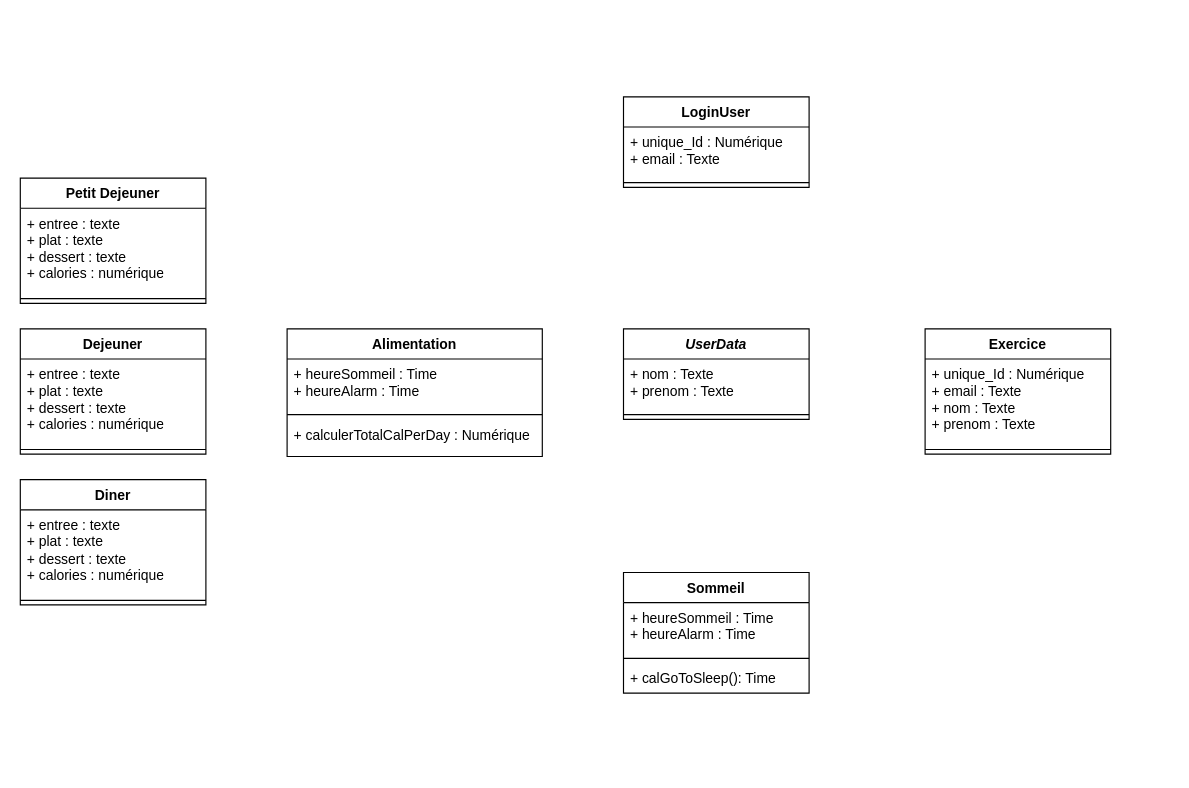
The draw.io diagram P5_Exercice.drawio in CodeStarter40/P5, before the edit. Source tidied: cells renumbered, new cells numbered last; positions are measured from the earlier drawing's top-left corner, leaving out a move shared by most shapes. Both pictures are drawn from the tidied source at 116%, with x=0, y=0 at pixel (20, 96).
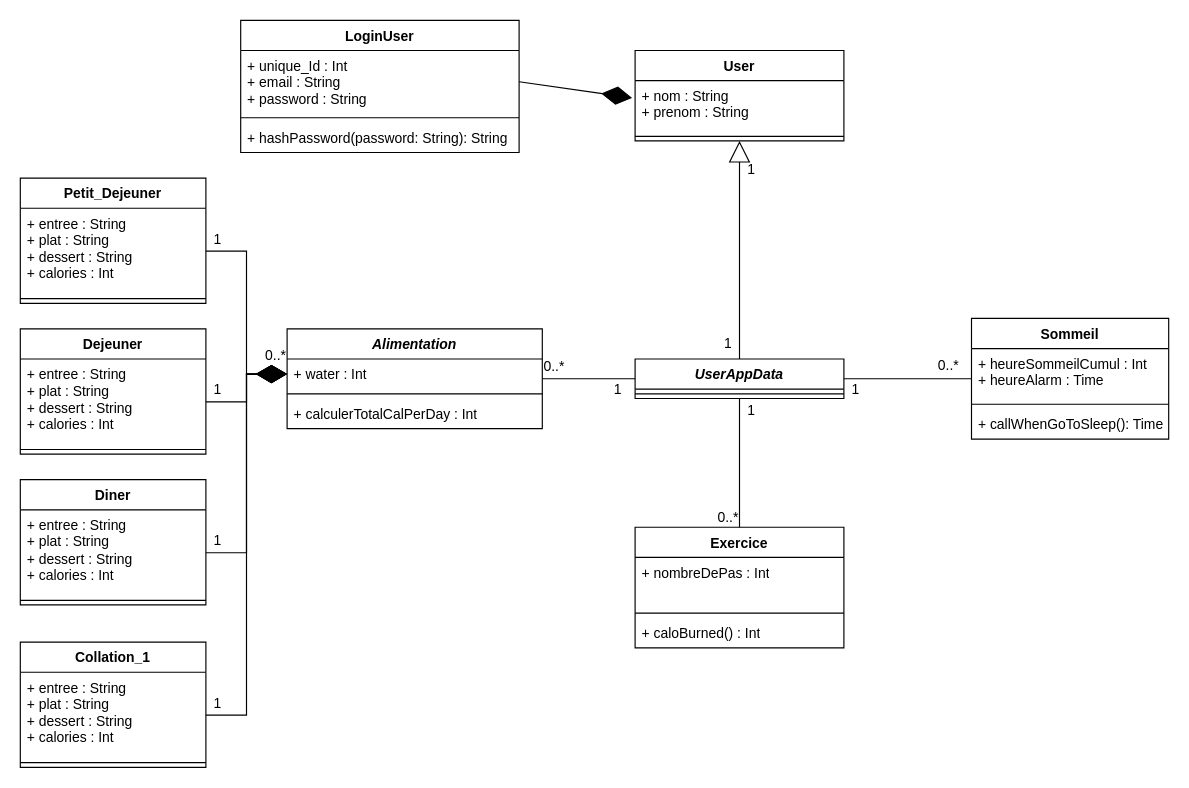
The same diagram, later.

Commit message:
Mettre à jour P5_Exercice.drawio

The change refers to these unchanged cells:
```xml
<mxCell id="8" value="Dejeuner" style="swimlane;fontStyle=1;align=center;verticalAlign=top;horizontal=1;startSize=26;whiteSpace=wrap;html=1;" parent="1" vertex="1">
  <mxGeometry y="200" width="160" height="108" as="geometry" />
</mxCell>
<mxCell id="11" value="Diner" style="swimlane;fontStyle=1;align=center;verticalAlign=top;horizontal=1;startSize=26;whiteSpace=wrap;html=1;" parent="1" vertex="1">
  <mxGeometry y="330" width="160" height="108" as="geometry" />
</mxCell>
```

Change to the diagram source:
```diff
@@
-    <mxCell id="2" value="&lt;i&gt;UserData&lt;/i&gt;" style="swimlane;fontStyle=1;align=center;verticalAlign=top;horizontal=1;startSize=26;whiteSpace=wrap;html=1;" parent="1" vertex="1">
-      <mxGeometry x="520" y="200" width="160" height="78" as="geometry" />
-    </mxCell>
-    <mxCell id="3" value="&lt;div&gt;+ nom : Texte&lt;/div&gt;&lt;div&gt;+ prenom : Texte&lt;/div&gt;" style="text;strokeColor=none;fillColor=none;align=left;verticalAlign=top;spacingLeft=4;spacingRight=4;overflow=hidden;whiteSpace=wrap;html=1;" parent="2" vertex="1">
-      <mxGeometry y="26" width="160" height="44" as="geometry" />
-    </mxCell>
-    <mxCell id="4" style="line;strokeWidth=1;fillColor=none;align=left;verticalAlign=middle;spacingTop=-1;spacingLeft=3;spacingRight=3;labelPosition=right;strokeColor=inherit;" parent="2" vertex="1">
-      <mxGeometry y="70" width="160" height="8" as="geometry" />
-    </mxCell>
-    <mxCell id="5" value="Petit Dejeuner" style="swimlane;fontStyle=1;align=center;verticalAlign=top;horizontal=1;startSize=26;whiteSpace=wrap;html=1;" parent="1" vertex="1">
+    <mxCell id="5" value="Petit_Dejeuner" style="swimlane;fontStyle=1;align=center;verticalAlign=top;horizontal=1;startSize=26;whiteSpace=wrap;html=1;" parent="1" vertex="1">
       <mxGeometry y="70" width="160" height="108" as="geometry" />
     </mxCell>
-    <mxCell id="6" value="+ entree : texte&lt;div&gt;+ plat : texte&lt;/div&gt;&lt;div&gt;+ dessert : texte&lt;/div&gt;&lt;div&gt;+ calories : numérique&lt;/div&gt;" style="text;strokeColor=none;fillColor=none;align=left;verticalAlign=top;spacingLeft=4;spacingRight=4;overflow=hidden;points=[[0,0.5],[1,0.5]];portConstraint=eastwest;whiteSpace=wrap;html=1;" parent="5" vertex="1">
+    <mxCell id="6" value="&lt;div&gt;&lt;div&gt;+ entree : String&lt;div&gt;&lt;span style=&quot;background-color: initial;&quot;&gt;+ plat : String&lt;/span&gt;&lt;div&gt;+ dessert : String&lt;/div&gt;&lt;div&gt;&lt;span style=&quot;background-color: initial;&quot;&gt;+ calories : Int&lt;/span&gt;&lt;/div&gt;&lt;div&gt;&lt;br&gt;&lt;/div&gt;&lt;/div&gt;&lt;/div&gt;&lt;/div&gt;" style="text;strokeColor=none;fillColor=none;align=left;verticalAlign=top;spacingLeft=4;spacingRight=4;overflow=hidden;points=[[0,0.5],[1,0.5]];portConstraint=eastwest;whiteSpace=wrap;html=1;" parent="5" vertex="1">
       <mxGeometry y="26" width="160" height="74" as="geometry" />
     </mxCell>
@@
-    <mxCell id="9" value="+ entree : texte&lt;div&gt;+ plat : texte&lt;/div&gt;&lt;div&gt;+ dessert : texte&lt;/div&gt;&lt;div&gt;+ calories : numérique&lt;/div&gt;" style="text;strokeColor=none;fillColor=none;align=left;verticalAlign=top;spacingLeft=4;spacingRight=4;overflow=hidden;points=[[0,0.5],[1,0.5]];portConstraint=eastwest;whiteSpace=wrap;html=1;" parent="8" vertex="1">
+    <mxCell id="9" value="&lt;div&gt;&lt;div&gt;+ entree : String&lt;div&gt;&lt;span style=&quot;background-color: initial;&quot;&gt;+ plat : String&lt;/span&gt;&lt;div&gt;+ dessert : String&lt;/div&gt;&lt;div&gt;&lt;span style=&quot;background-color: initial;&quot;&gt;+ calories : Int&lt;/span&gt;&lt;/div&gt;&lt;div&gt;&lt;br&gt;&lt;/div&gt;&lt;/div&gt;&lt;/div&gt;&lt;/div&gt;" style="text;strokeColor=none;fillColor=none;align=left;verticalAlign=top;spacingLeft=4;spacingRight=4;overflow=hidden;points=[[0,0.5],[1,0.5]];portConstraint=eastwest;whiteSpace=wrap;html=1;" parent="8" vertex="1">
       <mxGeometry y="26" width="160" height="74" as="geometry" />
     </mxCell>
@@
-    <mxCell id="12" value="+ entree : texte&lt;div&gt;+ plat : texte&lt;/div&gt;&lt;div&gt;+ dessert : texte&lt;/div&gt;&lt;div&gt;+ calories : numérique&lt;/div&gt;" style="text;strokeColor=none;fillColor=none;align=left;verticalAlign=top;spacingLeft=4;spacingRight=4;overflow=hidden;points=[[0,0.5],[1,0.5]];portConstraint=eastwest;whiteSpace=wrap;html=1;" parent="11" vertex="1">
+    <mxCell id="12" value="+ entree : String&lt;div&gt;&lt;span style=&quot;background-color: initial;&quot;&gt;+ plat : String&lt;/span&gt;&lt;div&gt;+ dessert : String&lt;/div&gt;&lt;div&gt;&lt;span style=&quot;background-color: initial;&quot;&gt;+ calories : Int&lt;/span&gt;&lt;/div&gt;&lt;div&gt;&lt;br&gt;&lt;/div&gt;&lt;/div&gt;" style="text;strokeColor=none;fillColor=none;align=left;verticalAlign=top;spacingLeft=4;spacingRight=4;overflow=hidden;points=[[0,0.5],[1,0.5]];portConstraint=eastwest;whiteSpace=wrap;html=1;" parent="11" vertex="1">
       <mxGeometry y="26" width="160" height="74" as="geometry" />
     </mxCell>
@@
-    <mxCell id="14" value="Exercice" style="swimlane;fontStyle=1;align=center;verticalAlign=top;horizontal=1;startSize=26;whiteSpace=wrap;html=1;" parent="1" vertex="1">
-      <mxGeometry x="780" y="200" width="160" height="108" as="geometry" />
-    </mxCell>
-    <mxCell id="15" value="+ unique_Id : Numérique&lt;div&gt;+ email : Texte&lt;/div&gt;&lt;div&gt;+ nom : Texte&lt;/div&gt;&lt;div&gt;+ prenom : Texte&lt;/div&gt;" style="text;strokeColor=none;fillColor=none;align=left;verticalAlign=top;spacingLeft=4;spacingRight=4;overflow=hidden;whiteSpace=wrap;html=1;" parent="14" vertex="1">
-      <mxGeometry y="26" width="160" height="74" as="geometry" />
-    </mxCell>
-    <mxCell id="16" style="line;strokeWidth=1;fillColor=none;align=left;verticalAlign=middle;spacingTop=-1;spacingLeft=3;spacingRight=3;labelPosition=right;strokeColor=inherit;" parent="14" vertex="1">
-      <mxGeometry y="100" width="160" height="8" as="geometry" />
-    </mxCell>
-    <mxCell id="17" value="LoginUser" style="swimlane;fontStyle=1;align=center;verticalAlign=top;horizontal=1;startSize=26;whiteSpace=wrap;html=1;" parent="1" vertex="1">
-      <mxGeometry x="520" width="160" height="78" as="geometry" />
-    </mxCell>
-    <mxCell id="18" value="+ unique_Id : Numérique&lt;div&gt;+ email : Texte&lt;/div&gt;" style="text;strokeColor=none;fillColor=none;align=left;verticalAlign=top;spacingLeft=4;spacingRight=4;overflow=hidden;whiteSpace=wrap;html=1;" parent="17" vertex="1">
-      <mxGeometry y="26" width="160" height="44" as="geometry" />
-    </mxCell>
-    <mxCell id="19" style="line;strokeWidth=1;fillColor=none;align=left;verticalAlign=middle;spacingTop=-1;spacingLeft=3;spacingRight=3;labelPosition=right;strokeColor=inherit;" parent="17" vertex="1">
-      <mxGeometry y="70" width="160" height="8" as="geometry" />
-    </mxCell>
     <mxCell id="20" value="Sommeil&lt;div&gt;&lt;br&gt;&lt;/div&gt;" style="swimlane;fontStyle=1;align=center;verticalAlign=top;horizontal=1;startSize=26;whiteSpace=wrap;html=1;" parent="1" vertex="1">
-      <mxGeometry x="520" y="410" width="160" height="104" as="geometry" />
+      <mxGeometry x="820" y="191" width="170" height="104" as="geometry" />
     </mxCell>
-    <mxCell id="21" value="+ heureSommeil : Time&lt;div&gt;+ heureAlarm : Time&lt;/div&gt;" style="text;strokeColor=none;fillColor=none;align=left;verticalAlign=top;spacingLeft=4;spacingRight=4;overflow=hidden;whiteSpace=wrap;html=1;" parent="20" vertex="1">
-      <mxGeometry y="26" width="160" height="44" as="geometry" />
+    <mxCell id="21" value="+ heureSommeilCumul : Int&lt;div&gt;+ heureAlarm : Time&lt;/div&gt;" style="text;strokeColor=none;fillColor=none;align=left;verticalAlign=top;spacingLeft=4;spacingRight=4;overflow=hidden;whiteSpace=wrap;html=1;" parent="20" vertex="1">
+      <mxGeometry y="26" width="170" height="44" as="geometry" />
     </mxCell>
     <mxCell id="22" style="line;strokeWidth=1;fillColor=none;align=left;verticalAlign=middle;spacingTop=-1;spacingLeft=3;spacingRight=3;labelPosition=right;strokeColor=inherit;" parent="20" vertex="1">
-      <mxGeometry y="70" width="160" height="8" as="geometry" />
+      <mxGeometry y="70" width="170" height="8" as="geometry" />
     </mxCell>
-    <mxCell id="23" value="+ calGoToSleep(): Time" style="text;strokeColor=none;fillColor=none;align=left;verticalAlign=top;spacingLeft=4;spacingRight=4;overflow=hidden;whiteSpace=wrap;html=1;" parent="20" vertex="1">
-      <mxGeometry y="78" width="160" height="26" as="geometry" />
+    <mxCell id="23" value="+ callWhenGoToSleep(): Time" style="text;strokeColor=none;fillColor=none;align=left;verticalAlign=top;spacingLeft=4;spacingRight=4;overflow=hidden;whiteSpace=wrap;html=1;" parent="20" vertex="1">
+      <mxGeometry y="78" width="170" height="26" as="geometry" />
     </mxCell>
-    <mxCell id="24" value="&lt;div&gt;Alimentation&lt;/div&gt;" style="swimlane;fontStyle=1;align=center;verticalAlign=top;horizontal=1;startSize=26;whiteSpace=wrap;html=1;" parent="1" vertex="1">
-      <mxGeometry x="230" y="200" width="220" height="110" as="geometry" />
+    <mxCell id="24" value="&lt;i&gt;Alimentation&lt;/i&gt;" style="swimlane;fontStyle=1;align=center;verticalAlign=top;horizontal=1;startSize=26;whiteSpace=wrap;html=1;" parent="1" vertex="1">
+      <mxGeometry x="230" y="200" width="220" height="86" as="geometry" />
     </mxCell>
-    <mxCell id="25" value="+ heureSommeil : Time&lt;div&gt;+ heureAlarm : Time&lt;/div&gt;" style="text;strokeColor=none;fillColor=none;align=left;verticalAlign=top;spacingLeft=4;spacingRight=4;overflow=hidden;whiteSpace=wrap;html=1;" parent="24" vertex="1">
-      <mxGeometry y="26" width="220" height="44" as="geometry" />
-    </mxCell>
-    <mxCell id="26" style="line;strokeWidth=1;fillColor=none;align=left;verticalAlign=middle;spacingTop=-1;spacingLeft=3;spacingRight=3;labelPosition=right;strokeColor=inherit;" parent="24" vertex="1">
-      <mxGeometry y="70" width="220" height="8" as="geometry" />
-    </mxCell>
-    <mxCell id="27" value="+ calculerTotalCalPerDay : Numérique" style="text;strokeColor=none;fillColor=none;align=left;verticalAlign=top;spacingLeft=4;spacingRight=4;overflow=hidden;whiteSpace=wrap;html=1;" parent="24" vertex="1">
-      <mxGeometry y="78" width="220" height="32" as="geometry" />
-    </mxCell>
+    <mxCell id="28" value="+ water : Int" style="text;strokeColor=none;fillColor=none;align=left;verticalAlign=top;spacingLeft=4;spacingRight=4;overflow=hidden;points=[[0,0.5],[1,0.5]];portConstraint=eastwest;whiteSpace=wrap;html=1;" parent="24" vertex="1">
+      <mxGeometry y="26" width="220" height="26" as="geometry" />
+    </mxCell>
+    <mxCell id="29" style="line;strokeWidth=1;fillColor=none;align=left;verticalAlign=middle;spacingTop=-1;spacingLeft=3;spacingRight=3;labelPosition=right;strokeColor=inherit;" parent="24" vertex="1">
+      <mxGeometry y="52" width="220" height="8" as="geometry" />
+    </mxCell>
+    <mxCell id="30" value="+ calculerTotalCalPerDay : Int&lt;div&gt;&lt;br&gt;&lt;/div&gt;" style="text;strokeColor=none;fillColor=none;align=left;verticalAlign=top;spacingLeft=4;spacingRight=4;overflow=hidden;whiteSpace=wrap;html=1;" parent="24" vertex="1">
+      <mxGeometry y="60" width="220" height="26" as="geometry" />
+    </mxCell>
+    <mxCell id="14" value="&lt;div&gt;Exercice&lt;/div&gt;" style="swimlane;fontStyle=1;align=center;verticalAlign=top;horizontal=1;startSize=26;whiteSpace=wrap;html=1;" parent="1" vertex="1">
+      <mxGeometry x="530" y="371" width="180" height="104" as="geometry" />
+    </mxCell>
+    <mxCell id="31" value="+ nombreDePas : Int" style="text;strokeColor=none;fillColor=none;align=left;verticalAlign=top;spacingLeft=4;spacingRight=4;overflow=hidden;whiteSpace=wrap;html=1;" parent="14" vertex="1">
+      <mxGeometry y="26" width="180" height="44" as="geometry" />
+    </mxCell>
+    <mxCell id="32" style="line;strokeWidth=1;fillColor=none;align=left;verticalAlign=middle;spacingTop=-1;spacingLeft=3;spacingRight=3;labelPosition=right;strokeColor=inherit;" parent="14" vertex="1">
+      <mxGeometry y="70" width="180" height="8" as="geometry" />
+    </mxCell>
+    <mxCell id="33" value="+ caloBurned() : Int" style="text;strokeColor=none;fillColor=none;align=left;verticalAlign=top;spacingLeft=4;spacingRight=4;overflow=hidden;whiteSpace=wrap;html=1;" parent="14" vertex="1">
+      <mxGeometry y="78" width="180" height="26" as="geometry" />
+    </mxCell>
+    <mxCell id="34" value="&lt;i&gt;UserAppData&lt;/i&gt;" style="swimlane;fontStyle=1;align=center;verticalAlign=top;horizontal=1;startSize=26;whiteSpace=wrap;html=1;" parent="1" vertex="1">
+      <mxGeometry x="530" y="226" width="180" height="34" as="geometry" />
+    </mxCell>
+    <mxCell id="35" style="line;strokeWidth=1;fillColor=none;align=left;verticalAlign=middle;spacingTop=-1;spacingLeft=3;spacingRight=3;labelPosition=right;strokeColor=inherit;" parent="34" vertex="1">
+      <mxGeometry y="26" width="180" height="8" as="geometry" />
+    </mxCell>
+    <mxCell id="36" style="line;strokeWidth=1;fillColor=none;align=left;verticalAlign=middle;spacingTop=-1;spacingLeft=3;spacingRight=3;labelPosition=right;strokeColor=inherit;" parent="1" vertex="1">
+      <mxGeometry x="450" y="239" width="80" height="8" as="geometry" />
+    </mxCell>
+    <mxCell id="37" style="line;strokeWidth=1;fillColor=none;align=left;verticalAlign=middle;spacingTop=-1;spacingLeft=3;spacingRight=3;labelPosition=right;strokeColor=inherit;" parent="1" vertex="1">
+      <mxGeometry x="710" y="239" width="110" height="8" as="geometry" />
+    </mxCell>
+    <mxCell id="38" style="endArrow=none;html=1;rounded=0;exitX=0.5;exitY=1;exitDx=0;exitDy=0;entryX=0.5;entryY=0;entryDx=0;entryDy=0;" parent="1" edge="1" source="34" target="14">
+      <mxGeometry relative="1" as="geometry" />
+    </mxCell>
+    <mxCell id="39" value="User&lt;div&gt;&lt;br&gt;&lt;/div&gt;" style="swimlane;fontStyle=1;align=center;verticalAlign=top;horizontal=1;startSize=26;whiteSpace=wrap;html=1;" parent="1" vertex="1">
+      <mxGeometry x="530" y="-40" width="180" height="78" as="geometry" />
+    </mxCell>
+    <mxCell id="40" value="+ nom : String&lt;div&gt;+ prenom : String&lt;/div&gt;" style="text;strokeColor=none;fillColor=none;align=left;verticalAlign=top;spacingLeft=4;spacingRight=4;overflow=hidden;points=[[0,0.5],[1,0.5]];portConstraint=eastwest;whiteSpace=wrap;html=1;" parent="39" vertex="1">
+      <mxGeometry y="26" width="180" height="44" as="geometry" />
+    </mxCell>
+    <mxCell id="41" style="line;strokeWidth=1;fillColor=none;align=left;verticalAlign=middle;spacingTop=-1;spacingLeft=3;spacingRight=3;labelPosition=right;strokeColor=inherit;" parent="39" vertex="1">
+      <mxGeometry y="70" width="180" height="8" as="geometry" />
+    </mxCell>
+    <mxCell id="42" style="endArrow=diamondThin;endFill=1;endSize=24;html=1;rounded=0;entryX=-0.014;entryY=0.339;entryDx=0;entryDy=0;entryPerimeter=0;exitX=1;exitY=0.5;exitDx=0;exitDy=0;" parent="1" edge="1" source="63" target="40">
+      <mxGeometry relative="1" as="geometry" />
+    </mxCell>
+    <mxCell id="43" style="endArrow=block;endSize=16;endFill=0;html=1;rounded=0;entryX=0.5;entryY=1;entryDx=0;entryDy=0;exitX=0.5;exitY=0;exitDx=0;exitDy=0;" parent="1" edge="1" source="34" target="39">
+      <mxGeometry relative="1" as="geometry" />
+    </mxCell>
+    <mxCell id="44" value="1" style="text;html=1;align=center;verticalAlign=middle;strokeColor=none;fillColor=none;" parent="1" vertex="1">
+      <mxGeometry x="615" y="48" width="30" height="30" as="geometry" />
+    </mxCell>
+    <mxCell id="45" value="1" style="text;html=1;align=center;verticalAlign=middle;strokeColor=none;fillColor=none;" parent="1" vertex="1">
+      <mxGeometry x="595" y="198" width="30" height="30" as="geometry" />
+    </mxCell>
+    <mxCell id="46" value="1" style="text;html=1;align=center;verticalAlign=middle;strokeColor=none;fillColor=none;" parent="1" vertex="1">
+      <mxGeometry x="705" y="238" width="30" height="30" as="geometry" />
+    </mxCell>
+    <mxCell id="47" value="0..*" style="text;html=1;align=center;verticalAlign=middle;strokeColor=none;fillColor=none;" parent="1" vertex="1">
+      <mxGeometry x="780" y="217" width="40" height="30" as="geometry" />
+    </mxCell>
+    <mxCell id="48" value="0..*" style="text;html=1;align=center;verticalAlign=middle;strokeColor=none;fillColor=none;" parent="1" vertex="1">
+      <mxGeometry x="590" y="348" width="40" height="30" as="geometry" />
+    </mxCell>
+    <mxCell id="49" value="1" style="text;html=1;align=center;verticalAlign=middle;strokeColor=none;fillColor=none;" parent="1" vertex="1">
+      <mxGeometry x="615" y="256" width="30" height="30" as="geometry" />
+    </mxCell>
+    <mxCell id="50" value="Collation_1" style="swimlane;fontStyle=1;align=center;verticalAlign=top;horizontal=1;startSize=26;whiteSpace=wrap;html=1;" parent="1" vertex="1">
+      <mxGeometry y="470" width="160" height="108" as="geometry" />
+    </mxCell>
+    <mxCell id="51" value="+ entree : String&lt;div&gt;&lt;span style=&quot;background-color: initial;&quot;&gt;+ plat : String&lt;/span&gt;&lt;div&gt;+ dessert : String&lt;/div&gt;&lt;div&gt;&lt;span style=&quot;background-color: initial;&quot;&gt;+ calories : Int&lt;/span&gt;&lt;/div&gt;&lt;div&gt;&lt;br&gt;&lt;/div&gt;&lt;/div&gt;" style="text;strokeColor=none;fillColor=none;align=left;verticalAlign=top;spacingLeft=4;spacingRight=4;overflow=hidden;points=[[0,0.5],[1,0.5]];portConstraint=eastwest;whiteSpace=wrap;html=1;" parent="50" vertex="1">
+      <mxGeometry y="26" width="160" height="74" as="geometry" />
+    </mxCell>
+    <mxCell id="16" style="line;strokeWidth=1;fillColor=none;align=left;verticalAlign=middle;spacingTop=-1;spacingLeft=3;spacingRight=3;labelPosition=right;strokeColor=inherit;" parent="50" vertex="1">
+      <mxGeometry y="100" width="160" height="8" as="geometry" />
+    </mxCell>
+    <mxCell id="52" style="endArrow=diamondThin;endFill=1;endSize=24;html=1;rounded=0;exitX=1;exitY=0.5;exitDx=0;exitDy=0;entryX=0;entryY=0.5;entryDx=0;entryDy=0;edgeStyle=orthogonalEdgeStyle;" parent="1" edge="1" source="51" target="28">
+      <mxGeometry relative="1" as="geometry" />
+    </mxCell>
+    <mxCell id="53" style="endArrow=diamondThin;endFill=1;endSize=24;html=1;rounded=0;exitX=1;exitY=0.5;exitDx=0;exitDy=0;entryX=0;entryY=0.5;entryDx=0;entryDy=0;edgeStyle=orthogonalEdgeStyle;" parent="1" edge="1" source="12" target="28">
+      <mxGeometry relative="1" as="geometry" />
+    </mxCell>
+    <mxCell id="54" style="endArrow=diamondThin;endFill=1;endSize=24;html=1;rounded=0;exitX=1;exitY=0.5;exitDx=0;exitDy=0;entryX=0;entryY=0.5;entryDx=0;entryDy=0;edgeStyle=orthogonalEdgeStyle;" parent="1" edge="1" source="9" target="28">
+      <mxGeometry relative="1" as="geometry" />
+    </mxCell>
+    <mxCell id="55" style="endArrow=diamondThin;endFill=1;endSize=24;html=1;rounded=0;exitX=1;exitY=0.5;exitDx=0;exitDy=0;entryX=0;entryY=0.5;entryDx=0;entryDy=0;edgeStyle=orthogonalEdgeStyle;" parent="1" edge="1" source="6" target="28">
+      <mxGeometry relative="1" as="geometry" />
+    </mxCell>
+    <mxCell id="56" value="1" style="text;html=1;align=center;verticalAlign=middle;strokeColor=none;fillColor=none;" parent="1" vertex="1">
+      <mxGeometry x="155" y="108" width="30" height="30" as="geometry" />
+    </mxCell>
+    <mxCell id="57" value="1" style="text;html=1;align=center;verticalAlign=middle;strokeColor=none;fillColor=none;" parent="1" vertex="1">
+      <mxGeometry x="155" y="238" width="30" height="30" as="geometry" />
+    </mxCell>
+    <mxCell id="58" value="1" style="text;html=1;align=center;verticalAlign=middle;strokeColor=none;fillColor=none;" parent="1" vertex="1">
+      <mxGeometry x="155" y="508" width="30" height="30" as="geometry" />
+    </mxCell>
+    <mxCell id="59" value="1" style="text;html=1;align=center;verticalAlign=middle;strokeColor=none;fillColor=none;" parent="1" vertex="1">
+      <mxGeometry x="155" y="368" width="30" height="30" as="geometry" />
+    </mxCell>
+    <mxCell id="60" value="0..&lt;span style=&quot;background-color: initial;&quot;&gt;*&lt;/span&gt;" style="text;html=1;align=center;verticalAlign=middle;strokeColor=none;fillColor=none;" parent="1" vertex="1">
+      <mxGeometry x="200" y="208" width="40" height="30" as="geometry" />
+    </mxCell>
+    <mxCell id="61" value="0..*" style="text;html=1;align=center;verticalAlign=middle;strokeColor=none;fillColor=none;" parent="1" vertex="1">
+      <mxGeometry x="440" y="218" width="40" height="30" as="geometry" />
+    </mxCell>
+    <mxCell id="62" value="1" style="text;html=1;align=center;verticalAlign=middle;strokeColor=none;fillColor=none;" parent="1" vertex="1">
+      <mxGeometry x="500" y="238" width="30" height="30" as="geometry" />
+    </mxCell>
+    <mxCell id="17" value="LoginUser" style="swimlane;fontStyle=1;align=center;verticalAlign=top;horizontal=1;startSize=26;whiteSpace=wrap;html=1;" parent="1" vertex="1">
+      <mxGeometry x="190" y="-66" width="240" height="114" as="geometry" />
+    </mxCell>
+    <mxCell id="63" value="+ unique_Id : Int&lt;div&gt;+ email : String&lt;/div&gt;&lt;div&gt;+ password : String&lt;/div&gt;&lt;div&gt;&lt;br&gt;&lt;/div&gt;" style="text;strokeColor=none;fillColor=none;align=left;verticalAlign=top;spacingLeft=4;spacingRight=4;overflow=hidden;points=[[0,0.5],[1,0.5]];portConstraint=eastwest;whiteSpace=wrap;html=1;" parent="17" vertex="1">
+      <mxGeometry y="26" width="240" height="54" as="geometry" />
+    </mxCell>
+    <mxCell id="64" style="line;strokeWidth=1;fillColor=none;align=left;verticalAlign=middle;spacingTop=-1;spacingLeft=3;spacingRight=3;labelPosition=right;strokeColor=inherit;" parent="17" vertex="1">
+      <mxGeometry y="80" width="240" height="8" as="geometry" />
+    </mxCell>
+    <mxCell id="65" value="+ hashPassword(password: String): String" style="text;strokeColor=none;fillColor=none;align=left;verticalAlign=top;spacingLeft=4;spacingRight=4;overflow=hidden;whiteSpace=wrap;html=1;" parent="17" vertex="1">
+      <mxGeometry y="88" width="240" height="26" as="geometry" />
+    </mxCell>
```
